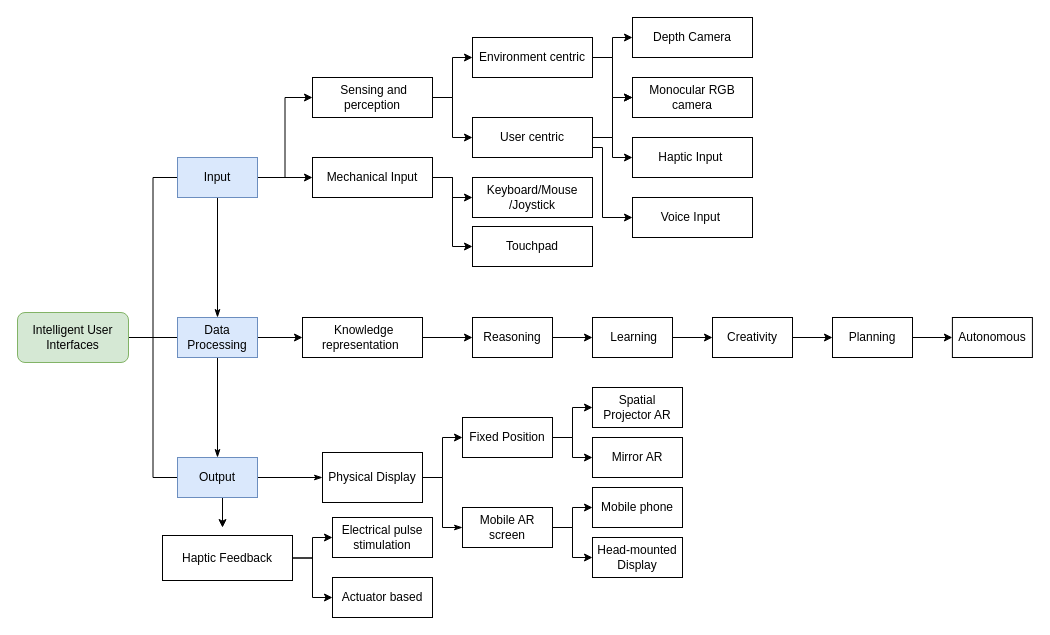
kitylam9/Survey-on-Intelligent-user-interface-for-AugmentedReality keeps this draw.io diagram as classifyIUI.drawio. Above is the earlier version. Source tidied: cells renumbered, new cells numbered last; positions are measured from the earlier drawing's top-left corner, leaving out a move shared by most shapes. Both pictures are drawn from the tidied source at 100%, with x=0, y=0 at pixel (17, 17).
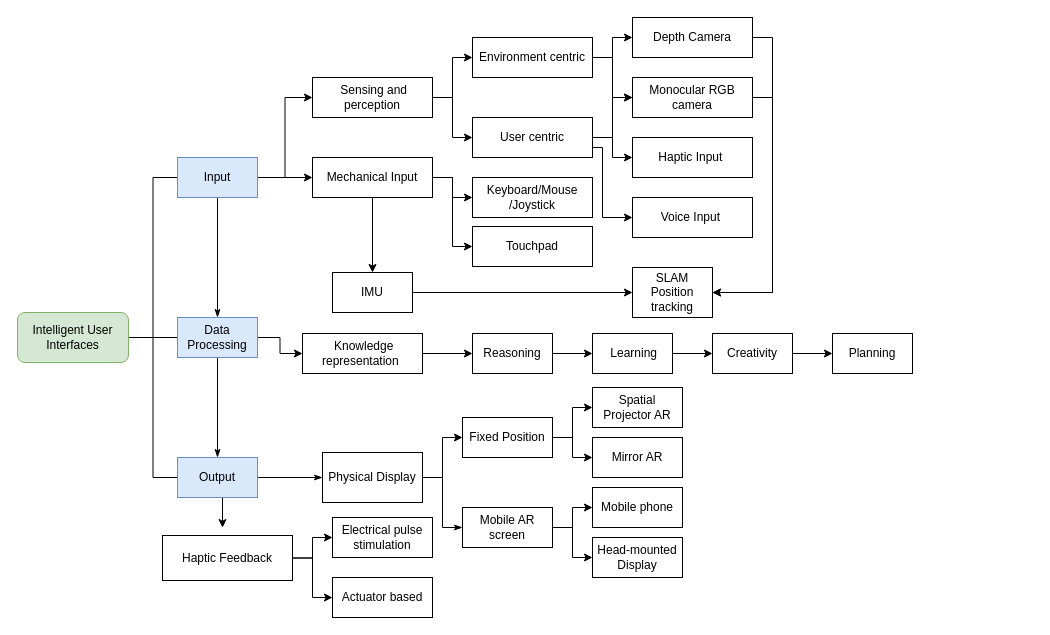
After the change.

The change refers to these unchanged cells:
```xml
<mxCell id="54" value="Depth Camera" style="rounded=0;whiteSpace=wrap;html=1;" parent="1" vertex="1">
  <mxGeometry x="615" width="120" height="40" as="geometry" />
</mxCell>
<mxCell id="55" value="Monocular RGB camera" style="rounded=0;whiteSpace=wrap;html=1;" parent="1" vertex="1">
  <mxGeometry x="615" y="60" width="120" height="40" as="geometry" />
</mxCell>
<mxCell id="59" value="Mechanical Input" style="rounded=0;whiteSpace=wrap;html=1;" parent="1" vertex="1">
  <mxGeometry x="295" y="140" width="120" height="40" as="geometry" />
</mxCell>
```

What changed in the source:
```diff
@@
     <mxCell id="20" value="&amp;nbsp;Knowledge representation&amp;nbsp;" style="rounded=0;whiteSpace=wrap;html=1;" parent="1" vertex="1">
-      <mxGeometry x="285" y="300" width="120" height="40" as="geometry" />
+      <mxGeometry x="285" y="316" width="120" height="40" as="geometry" />
     </mxCell>
@@
     <mxCell id="22" value="Reasoning" style="rounded=0;whiteSpace=wrap;html=1;" parent="1" vertex="1">
-      <mxGeometry x="455" y="300" width="80" height="40" as="geometry" />
+      <mxGeometry x="455" y="316" width="80" height="40" as="geometry" />
     </mxCell>
@@
     <mxCell id="24" value="Creativity" style="rounded=0;whiteSpace=wrap;html=1;" parent="1" vertex="1">
-      <mxGeometry x="695" y="300" width="80" height="40" as="geometry" />
+      <mxGeometry x="695" y="316" width="80" height="40" as="geometry" />
     </mxCell>
@@
     <mxCell id="26" value="&lt;span&gt;&amp;nbsp;Learning&lt;/span&gt;" style="rounded=0;whiteSpace=wrap;html=1;" parent="1" vertex="1">
-      <mxGeometry x="575" y="300" width="80" height="40" as="geometry" />
+      <mxGeometry x="575" y="316" width="80" height="40" as="geometry" />
     </mxCell>
-    <mxCell id="27" style="edgeStyle=orthogonalEdgeStyle;rounded=0;jettySize=auto;html=1;exitX=1;exitY=0.5;exitDx=0;exitDy=0;entryX=0;entryY=0.5;entryDx=0;entryDy=0;" parent="1" edge="1" source="28" target="62">
-      <mxGeometry relative="1" as="geometry" />
-    </mxCell>
     <mxCell id="28" value="Planning" style="rounded=0;whiteSpace=wrap;html=1;" parent="1" vertex="1">
-      <mxGeometry x="815" y="300" width="80" height="40" as="geometry" />
+      <mxGeometry x="815" y="316" width="80" height="40" as="geometry" />
     </mxCell>
@@
+    <mxCell id="64" style="edgeStyle=orthogonalEdgeStyle;rounded=0;jettySize=auto;html=1;exitX=1;exitY=0.5;exitDx=0;exitDy=0;" parent="1" edge="1" source="54" target="69">
+      <mxGeometry relative="1" as="geometry">
+        <Array as="points">
+          <mxPoint x="755" y="20" />
+          <mxPoint x="755" y="275" />
+        </Array>
+      </mxGeometry>
+    </mxCell>
@@
+    <mxCell id="65" style="edgeStyle=orthogonalEdgeStyle;rounded=0;jettySize=auto;html=1;exitX=1;exitY=0.5;exitDx=0;exitDy=0;entryX=1;entryY=0.5;entryDx=0;entryDy=0;" parent="1" edge="1" source="55" target="69">
+      <mxGeometry relative="1" as="geometry" />
+    </mxCell>
@@
+    <mxCell id="66" style="edgeStyle=orthogonalEdgeStyle;rounded=0;jettySize=auto;html=1;exitX=0.5;exitY=1;exitDx=0;exitDy=0;entryX=0.5;entryY=0;entryDx=0;entryDy=0;" parent="1" edge="1" source="59" target="68">
+      <mxGeometry relative="1" as="geometry" />
+    </mxCell>
@@
-    <mxCell id="62" value="Autonomous" style="rounded=0;whiteSpace=wrap;html=1;" parent="1" vertex="1">
-      <mxGeometry x="934.9" y="300" width="80" height="40" as="geometry" />
-    </mxCell>
@@
+    <mxCell id="67" style="edgeStyle=orthogonalEdgeStyle;rounded=0;jettySize=auto;html=1;" parent="1" edge="1" source="68" target="69">
+      <mxGeometry relative="1" as="geometry" />
+    </mxCell>
+    <mxCell id="68" value="IMU&lt;br&gt;" style="rounded=0;whiteSpace=wrap;html=1;" parent="1" vertex="1">
+      <mxGeometry x="315" y="255" width="80" height="40" as="geometry" />
+    </mxCell>
+    <mxCell id="69" value="SLAM Position tracking" style="rounded=0;whiteSpace=wrap;html=1;" parent="1" vertex="1">
+      <mxGeometry x="615" y="250" width="80" height="50" as="geometry" />
+    </mxCell>
```
